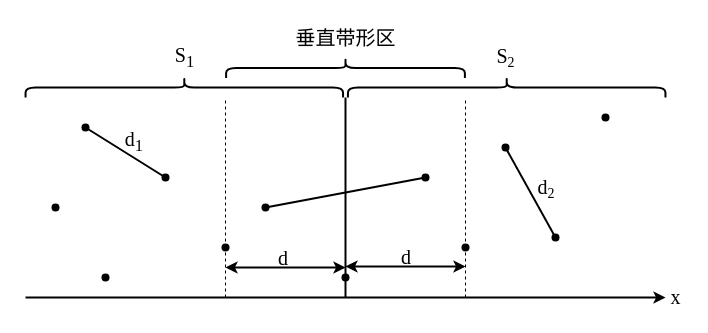
Earlier version of the draw.io diagram 11/11-2.drawio (Wankupi/figures). Source tidied: cells renumbered, new cells numbered last; positions are measured from the earlier drawing's top-left corner, leaving out a move shared by most shapes. Both pictures are drawn from the tidied source at 100%, with x=0, y=0 at pixel (25, -72).
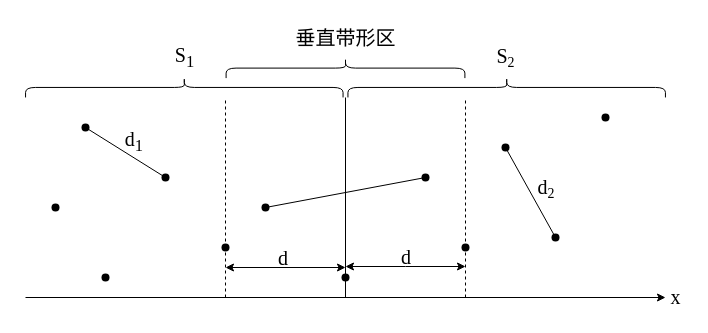
The same page after the edit.

Unchanged cells that the change refers to:
```xml
<mxCell id="7" style="shape=waypoint;sketch=0;fillStyle=solid;size=6;points=[];fillColor=none;perimeter=centerPerimeter;snapToPoint=1;strokeWidth=2;" parent="1" vertex="1">
  <mxGeometry x="310" y="339" width="20" height="20" as="geometry" />
</mxCell>
<mxCell id="12" style="shape=waypoint;sketch=0;fillStyle=solid;size=6;points=[];fillColor=none;perimeter=centerPerimeter;snapToPoint=1;strokeWidth=2;" parent="1" vertex="1">
  <mxGeometry x="230" y="269" width="20" height="20" as="geometry" />
</mxCell>
<mxCell id="13" style="shape=waypoint;sketch=0;fillStyle=solid;size=6;points=[];fillColor=none;perimeter=centerPerimeter;snapToPoint=1;strokeWidth=2;" parent="1" vertex="1">
  <mxGeometry x="390" y="239" width="20" height="20" as="geometry" />
</mxCell>
<mxCell id="19" style="shape=waypoint;sketch=0;fillStyle=solid;size=6;points=[];fillColor=none;perimeter=centerPerimeter;snapToPoint=1;strokeWidth=2;" parent="1" vertex="1">
  <mxGeometry x="50" y="189" width="20" height="20" as="geometry" />
</mxCell>
<mxCell id="20" style="shape=waypoint;sketch=0;fillStyle=solid;size=6;points=[];fillColor=none;perimeter=centerPerimeter;snapToPoint=1;strokeWidth=2;" parent="1" vertex="1">
  <mxGeometry x="130" y="239" width="20" height="20" as="geometry" />
</mxCell>
<mxCell id="22" style="shape=waypoint;sketch=0;fillStyle=solid;size=6;points=[];fillColor=none;perimeter=centerPerimeter;snapToPoint=1;strokeWidth=2;" parent="1" vertex="1">
  <mxGeometry x="470" y="209" width="20" height="20" as="geometry" />
</mxCell>
<mxCell id="25" style="shape=waypoint;sketch=0;fillStyle=solid;size=6;points=[];fillColor=none;perimeter=centerPerimeter;snapToPoint=1;strokeWidth=2;" parent="1" vertex="1">
  <mxGeometry x="520" y="299" width="20" height="20" as="geometry" />
</mxCell>
```

The edit, as a diff of the source:
```diff
@@
-    <mxCell id="2" style="endArrow=classic;html=1;rounded=0;strokeWidth=2;" parent="1" edge="1">
+    <mxCell id="2" style="endArrow=classic;html=1;rounded=0;strokeWidth=1;" parent="1" edge="1">
       <mxGeometry relative="1" as="geometry">
         <mxPoint y="369" as="sourcePoint" />
         <mxPoint x="640" y="369" as="targetPoint" />
       </mxGeometry>
     </mxCell>
-    <mxCell id="3" style="endArrow=none;html=1;rounded=0;strokeWidth=2;" parent="1" edge="1" source="7">
+    <mxCell id="3" style="endArrow=none;html=1;rounded=0;strokeWidth=1;" parent="1" edge="1" source="7">
       <mxGeometry relative="1" as="geometry">
         <mxPoint x="320" y="169" as="targetPoint" />
       </mxGeometry>
     </mxCell>
@@
-    <mxCell id="6" style="endArrow=none;html=1;rounded=0;strokeWidth=2;" parent="1" edge="1" target="7">
+    <mxCell id="6" style="endArrow=none;html=1;rounded=0;strokeWidth=1;" parent="1" edge="1" target="7">
       <mxGeometry relative="1" as="geometry">
         <mxPoint x="320" y="369" as="sourcePoint" />
       </mxGeometry>
     </mxCell>
@@
-    <mxCell id="14" style="endArrow=none;html=1;rounded=0;exitX=0.75;exitY=0.9;exitDx=0;exitDy=0;exitPerimeter=0;entryX=0.3;entryY=0.6;entryDx=0;entryDy=0;entryPerimeter=0;strokeWidth=2;" parent="1" edge="1" source="12" target="13">
+    <mxCell id="14" style="endArrow=none;html=1;rounded=0;exitX=0.75;exitY=0.9;exitDx=0;exitDy=0;exitPerimeter=0;entryX=0.3;entryY=0.6;entryDx=0;entryDy=0;entryPerimeter=0;strokeWidth=1;" parent="1" edge="1" source="12" target="13">
       <mxGeometry relative="1" as="geometry" />
     </mxCell>
-    <mxCell id="15" style="endArrow=classic;startArrow=classic;html=1;rounded=0;strokeWidth=2;" parent="1" edge="1">
+    <mxCell id="15" style="endArrow=classic;startArrow=classic;html=1;rounded=0;strokeWidth=1;" parent="1" edge="1">
       <mxGeometry relative="1" as="geometry">
         <mxPoint x="200" y="339" as="sourcePoint" />
         <mxPoint x="320" y="339" as="targetPoint" />
       </mxGeometry>
     </mxCell>
-    <mxCell id="16" style="endArrow=classic;startArrow=classic;html=1;rounded=0;strokeWidth=2;" parent="1" edge="1">
+    <mxCell id="16" style="endArrow=classic;startArrow=classic;html=1;rounded=0;strokeWidth=1;" parent="1" edge="1">
       <mxGeometry relative="1" as="geometry">
         <mxPoint x="320" y="338" as="sourcePoint" />
         <mxPoint x="440" y="338" as="targetPoint" />
         <Array as="points">
           <mxPoint x="380" y="338" />
         </Array>
       </mxGeometry>
     </mxCell>
@@
-    <mxCell id="21" style="endArrow=none;html=1;rounded=0;exitX=0.475;exitY=0.975;exitDx=0;exitDy=0;exitPerimeter=0;entryX=0.2;entryY=-0.225;entryDx=0;entryDy=0;entryPerimeter=0;strokeWidth=2;" parent="1" edge="1" source="19" target="20">
+    <mxCell id="21" style="endArrow=none;html=1;rounded=0;exitX=0.475;exitY=0.975;exitDx=0;exitDy=0;exitPerimeter=0;entryX=0.2;entryY=-0.225;entryDx=0;entryDy=0;entryPerimeter=0;strokeWidth=1;" parent="1" edge="1" source="19" target="20">
       <mxGeometry relative="1" as="geometry" />
     </mxCell>
@@
-    <mxCell id="24" style="endArrow=none;html=1;rounded=0;exitX=0.475;exitY=0.975;exitDx=0;exitDy=0;exitPerimeter=0;strokeWidth=2;" parent="1" edge="1" source="22" target="25">
+    <mxCell id="24" style="endArrow=none;html=1;rounded=0;exitX=0.475;exitY=0.975;exitDx=0;exitDy=0;exitPerimeter=0;strokeWidth=1;" parent="1" edge="1" source="22" target="25">
       <mxGeometry relative="1" as="geometry" />
     </mxCell>
@@
-    <mxCell id="27" style="shape=curlyBracket;whiteSpace=wrap;html=1;rounded=1;labelPosition=left;verticalLabelPosition=middle;align=right;verticalAlign=middle;rotation=90;strokeWidth=2;" parent="1" vertex="1">
+    <mxCell id="27" style="shape=curlyBracket;whiteSpace=wrap;html=1;rounded=1;labelPosition=left;verticalLabelPosition=middle;align=right;verticalAlign=middle;rotation=90;strokeWidth=1;" parent="1" vertex="1">
       <mxGeometry x="148.8" y="0.2" width="20" height="317.5" as="geometry" />
     </mxCell>
-    <mxCell id="28" style="shape=curlyBracket;whiteSpace=wrap;html=1;rounded=1;labelPosition=left;verticalLabelPosition=middle;align=right;verticalAlign=middle;rotation=90;strokeWidth=2;" parent="1" vertex="1">
+    <mxCell id="28" style="shape=curlyBracket;whiteSpace=wrap;html=1;rounded=1;labelPosition=left;verticalLabelPosition=middle;align=right;verticalAlign=middle;rotation=90;strokeWidth=1;" parent="1" vertex="1">
       <mxGeometry x="471.2" y="0.2" width="20" height="317.5" as="geometry" />
     </mxCell>
@@
-    <mxCell id="31" style="shape=curlyBracket;whiteSpace=wrap;html=1;rounded=1;labelPosition=left;verticalLabelPosition=middle;align=right;verticalAlign=middle;rotation=90;strokeWidth=2;" parent="1" vertex="1">
+    <mxCell id="31" style="shape=curlyBracket;whiteSpace=wrap;html=1;rounded=1;labelPosition=left;verticalLabelPosition=middle;align=right;verticalAlign=middle;rotation=90;strokeWidth=1;" parent="1" vertex="1">
       <mxGeometry x="310" y="20.2" width="20" height="238.8" as="geometry" />
     </mxCell>
@@
-    <mxCell id="33" value="&lt;font face=&quot;Times New Roman&quot;&gt;&lt;span style=&quot;font-size: 20px;&quot;&gt;&amp;nbsp;d&lt;/span&gt;&lt;/font&gt;" style="text;html=1;align=center;verticalAlign=middle;strokeColor=none;fillColor=none;" parent="1" vertex="1">
+    <mxCell id="33" value="&lt;font face=&quot;Times New Roman&quot;&gt;&lt;span style=&quot;font-size: 20px;&quot;&gt;&amp;nbsp;d&lt;/span&gt;&lt;/font&gt;" style="text;html=1;align=center;verticalAlign=middle;strokeColor=none;fillColor=none;strokeWidth=1;" parent="1" vertex="1">
       <mxGeometry x="235" y="309" width="40" height="40" as="geometry" />
     </mxCell>
@@
-    <mxCell id="35" value="&lt;font face=&quot;Times New Roman&quot;&gt;&lt;span style=&quot;font-size: 20px;&quot;&gt;&amp;nbsp;d&lt;sub&gt;1&lt;/sub&gt;&lt;/span&gt;&lt;/font&gt;" style="text;html=1;align=center;verticalAlign=middle;strokeColor=none;fillColor=none;" parent="1" vertex="1">
+    <mxCell id="35" value="&lt;font face=&quot;Times New Roman&quot;&gt;&lt;span style=&quot;font-size: 20px;&quot;&gt;&amp;nbsp;d&lt;sub&gt;1&lt;/sub&gt;&lt;/span&gt;&lt;/font&gt;" style="text;html=1;align=center;verticalAlign=middle;strokeColor=none;fillColor=none;strokeWidth=1;" parent="1" vertex="1">
       <mxGeometry x="80.8" y="193" width="50" height="40" as="geometry" />
     </mxCell>
-    <mxCell id="36" value="&lt;font face=&quot;Times New Roman&quot;&gt;&lt;span style=&quot;font-size: 20px;&quot;&gt;&amp;nbsp;d&lt;/span&gt;&lt;span style=&quot;font-size: 16.6667px;&quot;&gt;&lt;sub&gt;2&lt;/sub&gt;&lt;/span&gt;&lt;/font&gt;" style="text;html=1;align=center;verticalAlign=middle;strokeColor=none;fillColor=none;" parent="1" vertex="1">
+    <mxCell id="36" value="&lt;font face=&quot;Times New Roman&quot;&gt;&lt;span style=&quot;font-size: 20px;&quot;&gt;&amp;nbsp;d&lt;/span&gt;&lt;span style=&quot;font-size: 16.6667px;&quot;&gt;&lt;sub&gt;2&lt;/sub&gt;&lt;/span&gt;&lt;/font&gt;" style="text;html=1;align=center;verticalAlign=middle;strokeColor=none;fillColor=none;strokeWidth=1;" parent="1" vertex="1">
       <mxGeometry x="493" y="240" width="50" height="40" as="geometry" />
     </mxCell>
```
